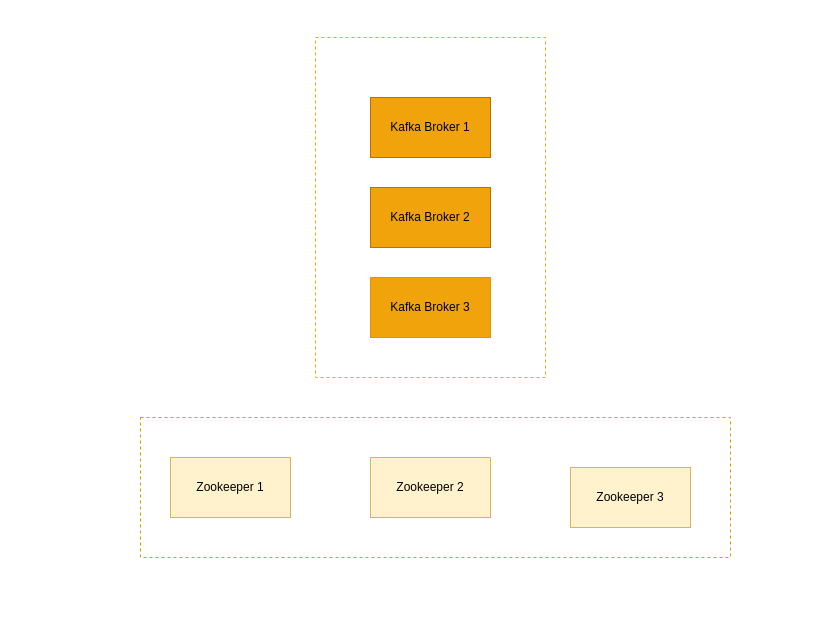
vukhanh09/DATN keeps this draw.io diagram as kafka cluster.drawio. Above is the earlier version. Source tidied: cells renumbered, new cells numbered last; positions are measured from the earlier drawing's top-left corner, leaving out a move shared by most shapes. Both pictures are drawn from the tidied source at 100%, with x=0, y=0 at pixel (140, 37).
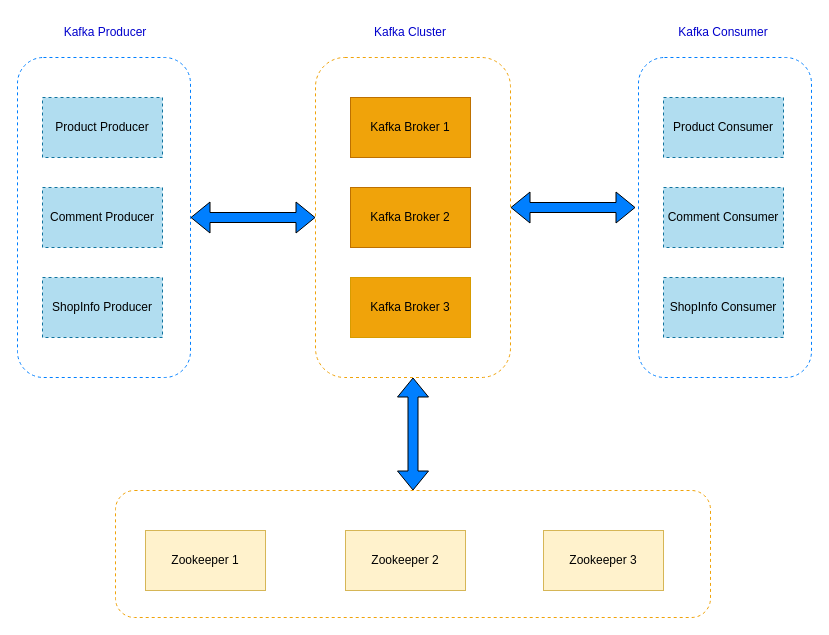
The same page after the edit.

The edit, as a diff of the source:
```diff
@@
+    <mxCell id="10" style="rounded=1;whiteSpace=wrap;html=1;dashed=1;strokeColor=#007FFF;fillColor=none;" parent="1" vertex="1">
+      <mxGeometry x="-123" y="20" width="173" height="320" as="geometry" />
+    </mxCell>
+    <mxCell id="9" style="rounded=1;whiteSpace=wrap;html=1;dashed=1;strokeColor=#F0A30A;fillColor=none;fontColor=#ffffff;" parent="1" vertex="1">
+      <mxGeometry x="-25" y="453" width="595" height="127" as="geometry" />
+    </mxCell>
-    <mxCell id="2" style="rounded=0;whiteSpace=wrap;html=1;dashed=1;fillColor=none;strokeColor=#F0A30A;fontColor=#000000;" parent="1" vertex="1">
-      <mxGeometry x="175" width="230" height="340" as="geometry" />
+    <mxCell id="2" style="rounded=1;whiteSpace=wrap;html=1;dashed=1;fillColor=none;strokeColor=#F0A30A;fontColor=#000000;" parent="1" vertex="1">
+      <mxGeometry x="175" y="20" width="195" height="320" as="geometry" />
     </mxCell>
     <mxCell id="3" value="Kafka Broker 1" style="rounded=0;whiteSpace=wrap;html=1;fillColor=#f0a30a;strokeColor=#BD7000;fontColor=#000000;" parent="1" vertex="1">
-      <mxGeometry x="230" y="60" width="120" height="60" as="geometry" />
+      <mxGeometry x="210" y="60" width="120" height="60" as="geometry" />
     </mxCell>
     <mxCell id="4" value="Kafka Broker 2" style="rounded=0;whiteSpace=wrap;html=1;fillColor=#f0a30a;strokeColor=#BD7000;fontColor=#000000;" parent="1" vertex="1">
-      <mxGeometry x="230" y="150" width="120" height="60" as="geometry" />
+      <mxGeometry x="210" y="150" width="120" height="60" as="geometry" />
     </mxCell>
     <mxCell id="5" value="Kafka Broker 3" style="rounded=0;whiteSpace=wrap;html=1;fillColor=#f0a30a;strokeColor=#D79B00;fontColor=#000000;" parent="1" vertex="1">
-      <mxGeometry x="230" y="240" width="120" height="60" as="geometry" />
+      <mxGeometry x="210" y="240" width="120" height="60" as="geometry" />
     </mxCell>
     <mxCell id="6" value="Zookeeper 1" style="rounded=0;whiteSpace=wrap;html=1;fillColor=#fff2cc;strokeColor=#d6b656;" parent="1" vertex="1">
-      <mxGeometry x="30" y="420" width="120" height="60" as="geometry" />
+      <mxGeometry x="5" y="493" width="120" height="60" as="geometry" />
     </mxCell>
     <mxCell id="7" value="Zookeeper 2" style="rounded=0;whiteSpace=wrap;html=1;fillColor=#fff2cc;strokeColor=#d6b656;" parent="1" vertex="1">
-      <mxGeometry x="230" y="420" width="120" height="60" as="geometry" />
+      <mxGeometry x="205" y="493" width="120" height="60" as="geometry" />
     </mxCell>
     <mxCell id="8" value="Zookeeper 3" style="rounded=0;whiteSpace=wrap;html=1;fillColor=#fff2cc;strokeColor=#d6b656;" parent="1" vertex="1">
-      <mxGeometry x="430" y="430" width="120" height="60" as="geometry" />
+      <mxGeometry x="403" y="493" width="120" height="60" as="geometry" />
     </mxCell>
-    <mxCell id="9" style="rounded=0;whiteSpace=wrap;html=1;dashed=1;strokeColor=#D79B00;fillColor=none;" parent="1" vertex="1">
-      <mxGeometry y="380" width="590" height="140" as="geometry" />
-    </mxCell>
+    <mxCell id="11" style="shape=flexArrow;endArrow=classic;startArrow=classic;html=1;rounded=0;entryX=0.5;entryY=1;entryDx=0;entryDy=0;fillColor=#007FFF;exitX=0.5;exitY=0;exitDx=0;exitDy=0;" parent="1" edge="1" source="9" target="2">
+      <mxGeometry relative="1" as="geometry" />
+    </mxCell>
+    <mxCell id="12" value="Product Producer" style="rounded=0;whiteSpace=wrap;html=1;dashed=1;strokeColor=#10739e;fillColor=#b1ddf0;" parent="1" vertex="1">
+      <mxGeometry x="-98" y="60" width="120" height="60" as="geometry" />
+    </mxCell>
+    <mxCell id="13" value="Comment Producer" style="rounded=0;whiteSpace=wrap;html=1;dashed=1;strokeColor=#10739e;fillColor=#b1ddf0;" parent="1" vertex="1">
+      <mxGeometry x="-98" y="150" width="120" height="60" as="geometry" />
+    </mxCell>
+    <mxCell id="14" value="ShopInfo Producer" style="rounded=0;whiteSpace=wrap;html=1;dashed=1;strokeColor=#10739e;fillColor=#b1ddf0;" parent="1" vertex="1">
+      <mxGeometry x="-98" y="240" width="120" height="60" as="geometry" />
+    </mxCell>
+    <mxCell id="15" style="shape=flexArrow;endArrow=classic;startArrow=classic;html=1;rounded=0;entryX=0;entryY=0.5;entryDx=0;entryDy=0;fillColor=#007FFF;exitX=1;exitY=0.5;exitDx=0;exitDy=0;" parent="1" edge="1" source="10" target="2">
+      <mxGeometry relative="1" as="geometry" />
+    </mxCell>
+    <mxCell id="16" style="rounded=1;whiteSpace=wrap;html=1;dashed=1;strokeColor=#007FFF;fillColor=none;" parent="1" vertex="1">
+      <mxGeometry x="498" y="20" width="173" height="320" as="geometry" />
+    </mxCell>
+    <mxCell id="17" value="Product Consumer" style="rounded=0;whiteSpace=wrap;html=1;dashed=1;strokeColor=#10739e;fillColor=#b1ddf0;" parent="1" vertex="1">
+      <mxGeometry x="523" y="60" width="120" height="60" as="geometry" />
+    </mxCell>
+    <mxCell id="18" value="Comment Consumer" style="rounded=0;whiteSpace=wrap;html=1;dashed=1;strokeColor=#10739e;fillColor=#b1ddf0;" parent="1" vertex="1">
+      <mxGeometry x="523" y="150" width="120" height="60" as="geometry" />
+    </mxCell>
+    <mxCell id="19" value="ShopInfo Consumer" style="rounded=0;whiteSpace=wrap;html=1;dashed=1;strokeColor=#10739e;fillColor=#b1ddf0;" parent="1" vertex="1">
+      <mxGeometry x="523" y="240" width="120" height="60" as="geometry" />
+    </mxCell>
+    <mxCell id="20" style="shape=flexArrow;endArrow=classic;startArrow=classic;html=1;rounded=0;entryX=0;entryY=0.5;entryDx=0;entryDy=0;fillColor=#007FFF;exitX=1;exitY=0.5;exitDx=0;exitDy=0;" parent="1" edge="1">
+      <mxGeometry relative="1" as="geometry">
+        <mxPoint x="370" y="170" as="sourcePoint" />
+        <mxPoint x="495" y="170" as="targetPoint" />
+      </mxGeometry>
+    </mxCell>
+    <mxCell id="21" value="&lt;font color=&quot;#0000cc&quot;&gt;Kafka Producer&lt;/font&gt;" style="text;html=1;strokeColor=none;fillColor=none;align=center;verticalAlign=middle;whiteSpace=wrap;rounded=0;dashed=1;" parent="1" vertex="1">
+      <mxGeometry x="-98" y="-20" width="126" height="30" as="geometry" />
+    </mxCell>
+    <mxCell id="22" value="&lt;font color=&quot;#0000cc&quot;&gt;Kafka Cluster&lt;/font&gt;" style="text;html=1;strokeColor=none;fillColor=none;align=center;verticalAlign=middle;whiteSpace=wrap;rounded=0;dashed=1;" parent="1" vertex="1">
+      <mxGeometry x="207" y="-20" width="126" height="30" as="geometry" />
+    </mxCell>
+    <mxCell id="23" value="&lt;font color=&quot;#0000cc&quot;&gt;Kafka Consumer&lt;/font&gt;" style="text;html=1;strokeColor=none;fillColor=none;align=center;verticalAlign=middle;whiteSpace=wrap;rounded=0;dashed=1;" parent="1" vertex="1">
+      <mxGeometry x="520" y="-20" width="126" height="30" as="geometry" />
+    </mxCell>
```
